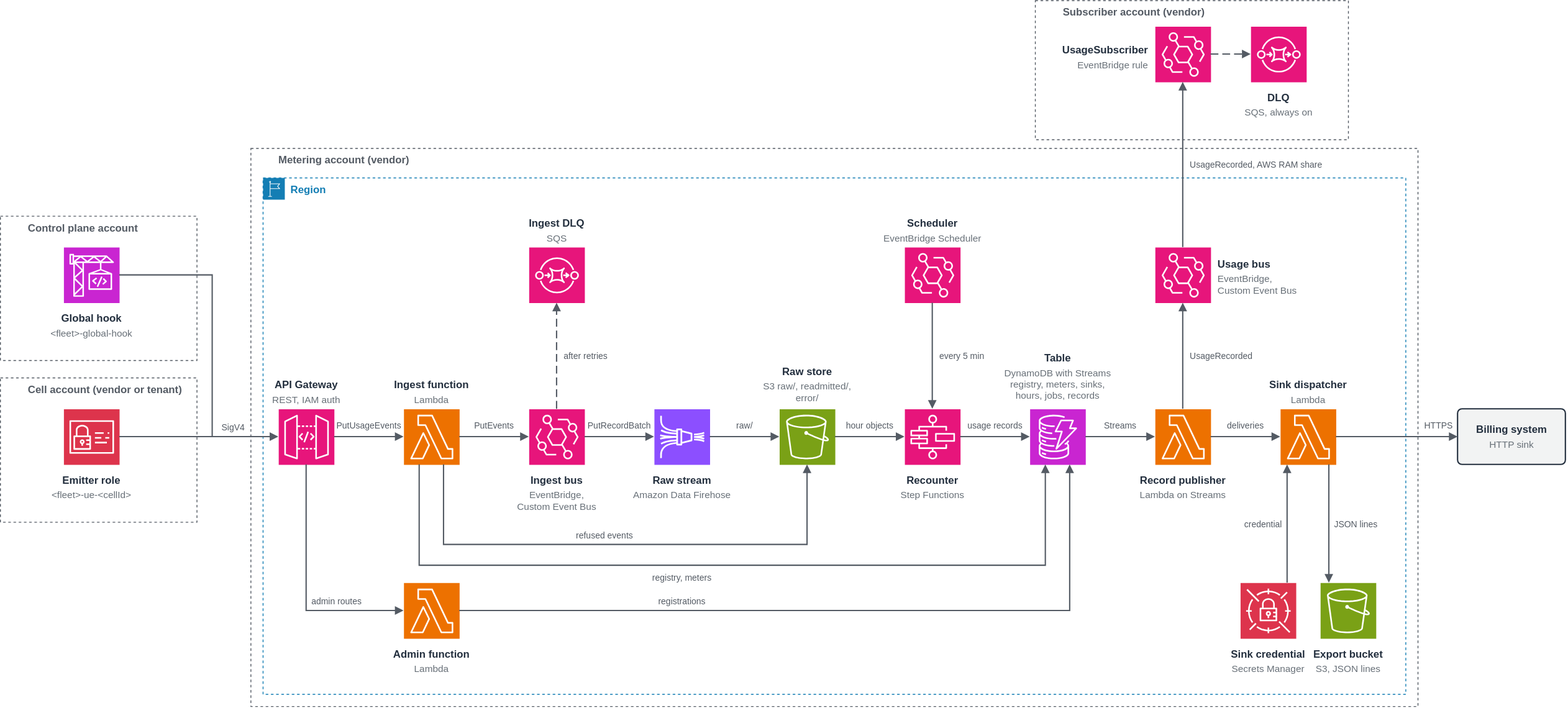
The draw.io diagram samples/tenant-usage-metering/diagrams/tenant-usage-metering.drawio.svg in aws-samples/sample-agentic-ai-acceleration-patterns, before a commit. Source tidied: cells renumbered, new cells last; positions are measured from the earlier drawing's top-left corner, leaving out a move shared by most shapes.
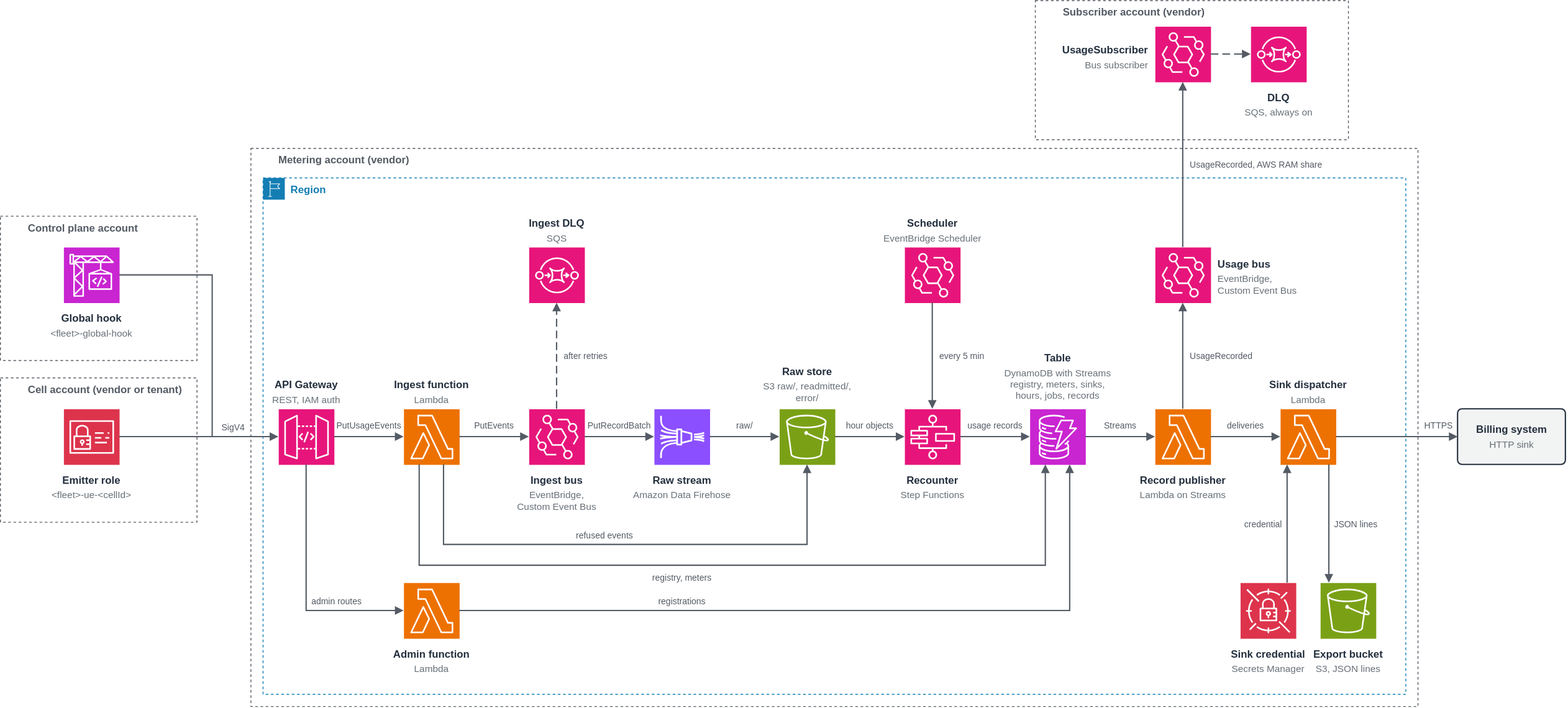
Later version of the same file.

Commit message:
tenant-usage-metering: threat model; subscriber label on both diagrams

Change to the diagram source:
```diff
@@ -176,7 +176,7 @@
     <mxCell id="59" value="UsageSubscriber" style="text;html=0;align=right;verticalAlign=top;fontSize=12;fontStyle=1;fontColor=#232F3E;spacing=0;spacingTop=0;" parent="1" vertex="1">
       <mxGeometry x="1215" y="45.2" width="105" height="18" as="geometry" />
     </mxCell>
-    <mxCell id="60" value="EventBridge rule" style="text;html=0;align=right;verticalAlign=top;fontSize=11;fontStyle=0;fontColor=#687078;spacing=0;spacingTop=0;" parent="1" vertex="1">
+    <mxCell id="60" value="Bus subscriber" style="text;html=0;align=right;verticalAlign=top;fontSize=11;fontStyle=0;fontColor=#687078;spacing=0;spacingTop=0;" parent="1" vertex="1">
       <mxGeometry x="1215" y="63.2" width="105" height="15.5" as="geometry" />
     </mxCell>
     <mxCell id="61" style="sketch=0;fontColor=#232F3E;dashed=0;html=0;fontSize=11;fontStyle=0;noLabel=1;gradientColor=none;fillColor=#E7157B;strokeColor=#ffffff;shape=mxgraph.aws4.resourceIcon;resIcon=mxgraph.aws4.sqs;" parent="1" vertex="1">
```
